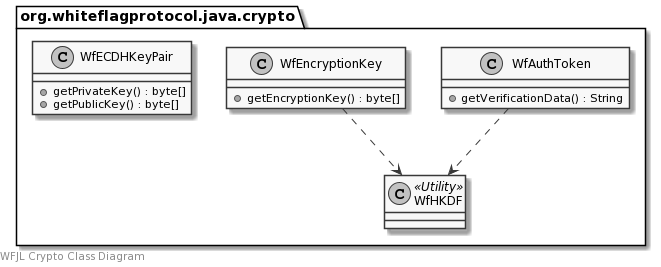
WhiteflagProtocol/whiteflag-java keeps this PlantUML diagram as docs/uml/crypto.png. Above is the earlier version. Its diagram source:
```plantuml
@startuml
skinparam monochrome true

left footer WFJL Crypto Class Diagram

package org.whiteflagprotocol.java.crypto {
    class WfAuthToken {
        +getVerificationData() : String
    }
    class WfEncryptionKey {
        +getEncryptionKey() : byte[]
    }
    class WfECDHKeyPair {
        +getPrivateKey() : byte[]
        +getPublicKey() : byte[]
    }
    class WfHKDF <<Utility>> {
    }
}

WfAuthToken ..> WfHKDF
WfEncryptionKey ..> WfHKDF
@enduml
```
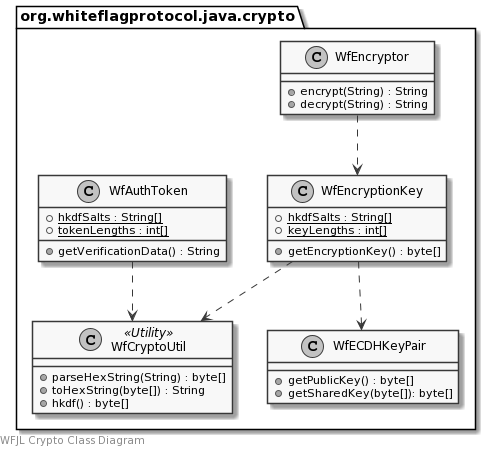
After the change.

Change to the diagram source:
```diff
@@ -4,20 +4,33 @@
 left footer WFJL Crypto Class Diagram
 
 package org.whiteflagprotocol.java.crypto {
+    class WfEncryptor {
+        +encrypt(String) : String
+        +decrypt(String) : String
+    }
     class WfAuthToken {
+        {static} +hkdfSalts : String[]
+        {static} +tokenLengths : int[]
         +getVerificationData() : String
     }
     class WfEncryptionKey {
+        {static} +hkdfSalts : String[]
+        {static} +keyLengths : int[]
         +getEncryptionKey() : byte[]
     }
     class WfECDHKeyPair {
-        +getPrivateKey() : byte[]
         +getPublicKey() : byte[]
+        +getSharedKey(byte[]): byte[]
     }
-    class WfHKDF <<Utility>> {
+    class WfCryptoUtil <<Utility>> {
+        +parseHexString(String) : byte[]
+        +toHexString(byte[]) : String
+        +hkdf() : byte[]
     }
 }
 
-WfAuthToken ..> WfHKDF
-WfEncryptionKey ..> WfHKDF
+WfAuthToken ..> WfCryptoUtil
+WfEncryptionKey ..> WfCryptoUtil
+WfEncryptionKey ..> WfECDHKeyPair
+WfEncryptor ..> WfEncryptionKey
 @enduml
```
